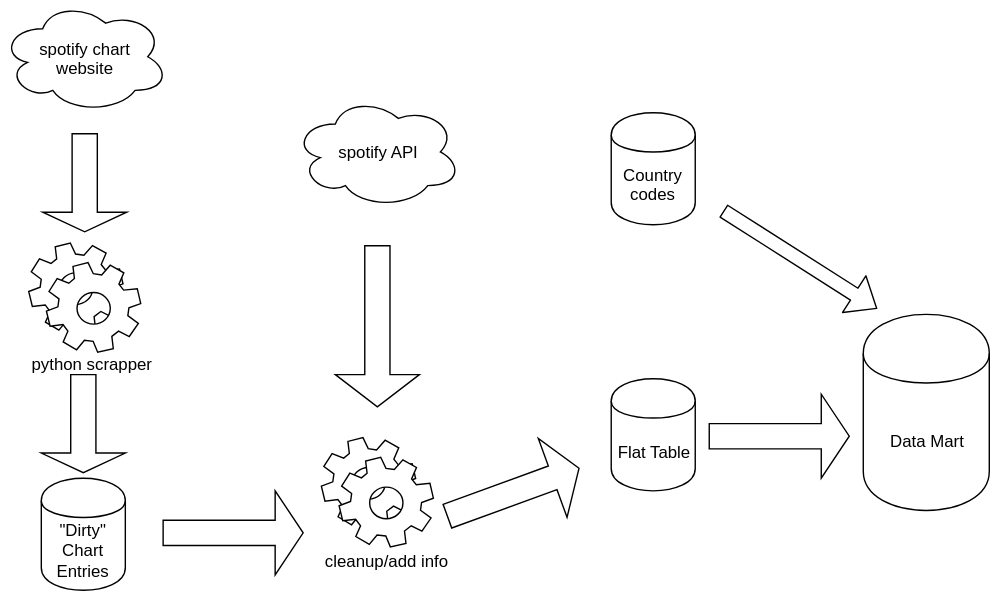
Above: figures/dw_architecture.svg in AlexChanson/DW (draw.io), before the change. Source tidied: cells renumbered, new cells last; positions are measured from the earlier drawing's top-left corner, leaving out a move shared by most shapes.
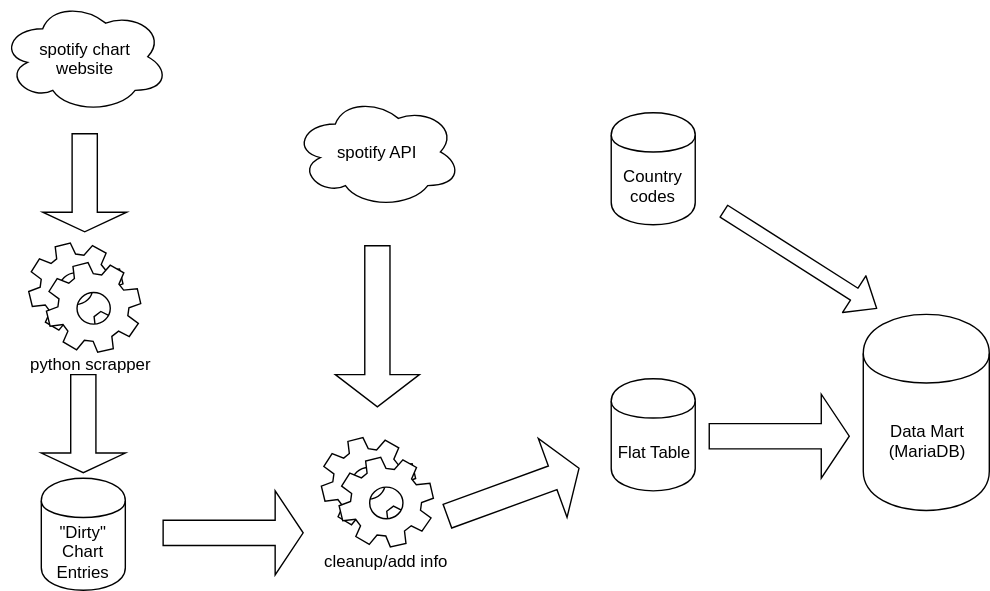
After the change.

What changed in the source:
```diff
@@ -2,7 +2,7 @@
   <root>
     <mxCell id="0" />
     <mxCell id="1" parent="0" />
-    <mxCell id="2" value="&lt;div&gt;Data Mart&lt;/div&gt;" style="shape=cylinder;whiteSpace=wrap;html=1;boundedLbl=1;backgroundOutline=1;" parent="1" vertex="1">
+    <mxCell id="2" value="&lt;div&gt;Data Mart&lt;/div&gt;&lt;div&gt;(MariaDB)&lt;/div&gt;" style="shape=cylinder;whiteSpace=wrap;html=1;boundedLbl=1;backgroundOutline=1;" parent="1" vertex="1">
       <mxGeometry x="616" y="224" width="90" height="140" as="geometry" />
     </mxCell>
     <mxCell id="3" value="&lt;div&gt;&quot;Dirty&quot;&lt;/div&gt;&lt;div&gt;Chart Entries&lt;br&gt;&lt;/div&gt;" style="shape=cylinder;whiteSpace=wrap;html=1;boundedLbl=1;backgroundOutline=1;" parent="1" vertex="1">
```
